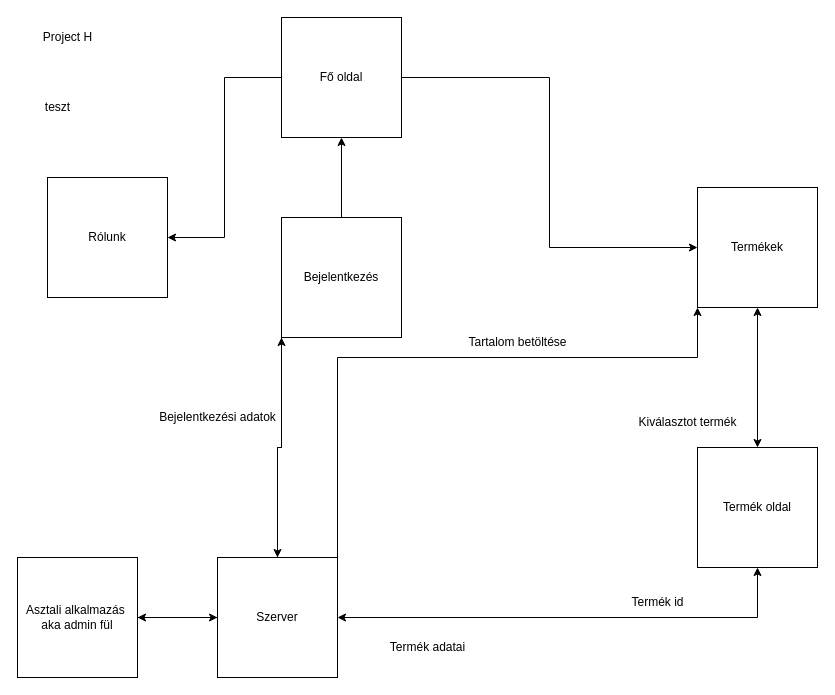
FireBreathingRubberDuckies-TheBetterOne/Project-H-Schematics keeps this draw.io diagram as Project-H.drawio. Above is the earlier version. Source tidied: cells renumbered, new cells numbered last; positions are measured from the earlier drawing's top-left corner, leaving out a move shared by most shapes. Both pictures are drawn from the tidied source at 100%, with x=0, y=0 at pixel (17, 17).
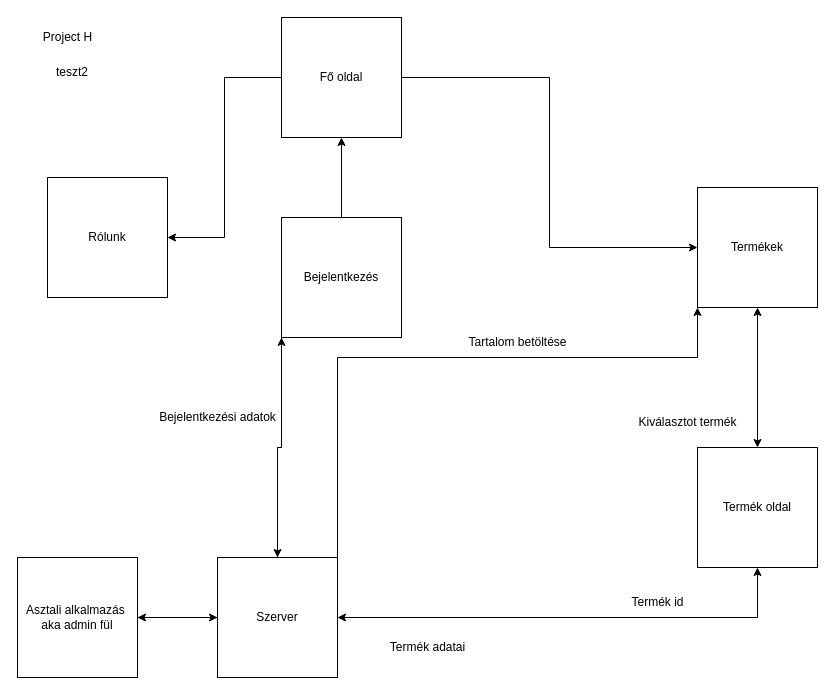
After the change.

The edit, as a diff of the source:
```diff
@@
-    <mxCell id="25" value="teszt" style="text;html=1;align=center;verticalAlign=middle;strokeColor=none;fillColor=none;" parent="1" vertex="1">
-      <mxGeometry x="15" y="75" width="50" height="30" as="geometry" />
-    </mxCell>
+    <mxCell id="26" value="teszt2" style="text;html=1;strokeColor=none;fillColor=none;align=center;verticalAlign=middle;whiteSpace=wrap;rounded=0;" parent="1" vertex="1">
+      <mxGeometry x="25" y="40" width="60" height="30" as="geometry" />
+    </mxCell>
```
